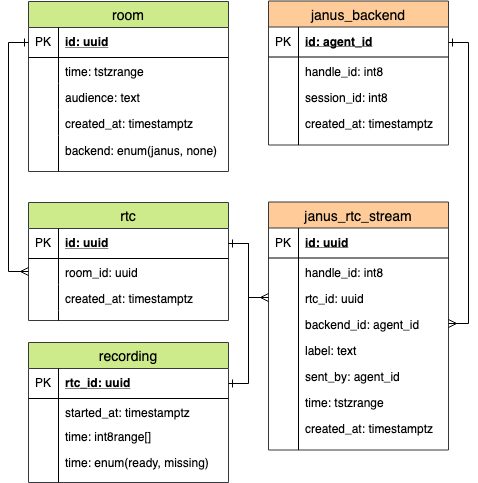
Earlier version of the draw.io export docs/data/conference.schema.png (foxford/conference). Source tidied: cells renumbered, new cells last; positions are measured from the earlier drawing's top-left corner, leaving out a move shared by most shapes.
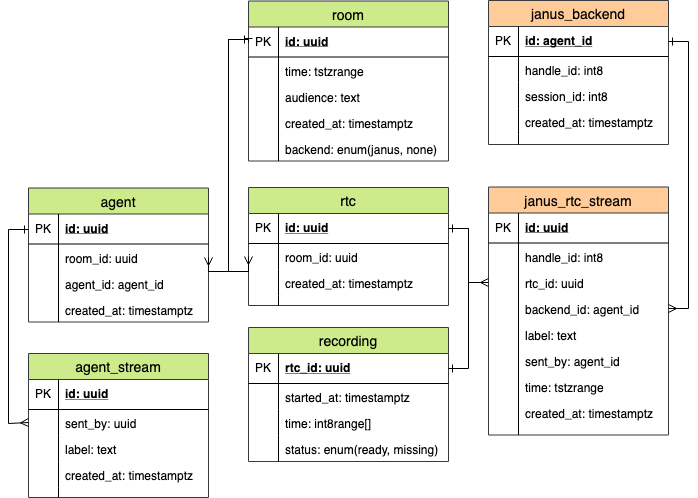
The same diagram one commit later.

Diff of the diagram source:
```diff
@@ -3,7 +3,7 @@
     <mxCell id="0" />
     <mxCell id="1" parent="0" />
     <mxCell id="2" value="room" style="swimlane;fontStyle=0;horizontal=1;startSize=26;fillColor=#cdeb8b;swimlaneFillColor=#ffffff;align=center;fontSize=14;strokeColor=#36393d;" parent="1" vertex="1">
-      <mxGeometry width="200" height="170" as="geometry" />
+      <mxGeometry y="14.5" width="200" height="160" as="geometry" />
     </mxCell>
     <mxCell id="3" value="id: uuid" style="shape=partialRectangle;top=0;left=0;right=0;bottom=1;align=left;verticalAlign=middle;fillColor=none;spacingLeft=34;spacingRight=4;overflow=hidden;points=[[0,0.5],[1,0.5]];portConstraint=eastwest;fontStyle=5;fontSize=12;" parent="2" vertex="1">
       <mxGeometry y="26" width="200" height="30" as="geometry" />
@@ -29,12 +29,12 @@
     <mxCell id="10" style="shape=partialRectangle;top=0;left=0;bottom=0;fillColor=none;align=left;verticalAlign=top;spacingLeft=4;spacingRight=4;overflow=hidden;fontSize=12;" parent="9" vertex="1">
       <mxGeometry width="30" height="26" as="geometry" />
     </mxCell>
-    <mxCell id="11" style="shape=partialRectangle;top=0;left=0;right=0;bottom=0;align=left;verticalAlign=top;fillColor=none;spacingLeft=34;spacingRight=4;overflow=hidden;fontSize=12;" parent="2" vertex="1">
-      <mxGeometry y="134" width="200" height="36" as="geometry" />
-    </mxCell>
-    <mxCell id="12" style="shape=partialRectangle;top=0;left=0;bottom=0;fillColor=none;align=left;verticalAlign=top;spacingLeft=4;spacingRight=4;overflow=hidden;fontSize=12;" parent="11" vertex="1">
-      <mxGeometry width="30" height="36" as="geometry" />
-    </mxCell>
+    <mxCell id="63" value="backend: enum(janus, none)" style="shape=partialRectangle;top=0;left=0;right=0;bottom=0;align=left;verticalAlign=top;fillColor=none;spacingLeft=34;spacingRight=4;overflow=hidden;fontSize=12;" parent="2" vertex="1">
+      <mxGeometry y="134" width="200" height="26" as="geometry" />
+    </mxCell>
+    <mxCell id="69" style="shape=partialRectangle;top=0;left=0;bottom=0;fillColor=none;align=left;verticalAlign=top;spacingLeft=4;spacingRight=4;overflow=hidden;fontSize=12;" parent="63" vertex="1">
+      <mxGeometry width="30" height="26" as="geometry" />
+    </mxCell>
     <mxCell id="13" value="rtc" style="swimlane;fontStyle=0;horizontal=1;startSize=26;fillColor=#cdeb8b;swimlaneFillColor=#ffffff;align=center;fontSize=14;strokeColor=#36393d;" parent="1" vertex="1">
       <mxGeometry y="201" width="200" height="118" as="geometry" />
     </mxCell>
@@ -63,10 +63,16 @@
       <mxGeometry width="30" height="10" as="geometry" />
     </mxCell>
     <mxCell id="22" style="edgeStyle=orthogonalEdgeStyle;rounded=0;html=1;exitX=0;exitY=0.5;entryX=0;entryY=0.5;startArrow=ERone;startFill=0;endArrow=ERmany;endFill=0;jettySize=auto;" parent="1" edge="1" source="3" target="16">
-      <mxGeometry relative="1" as="geometry" />
+      <mxGeometry relative="1" as="geometry">
+        <Array as="points">
+          <mxPoint y="53" />
+          <mxPoint x="-20" y="53" />
+          <mxPoint x="-20" y="285" />
+        </Array>
+      </mxGeometry>
     </mxCell>
     <mxCell id="23" value="janus_backend" style="swimlane;fontStyle=0;horizontal=1;startSize=26;fillColor=#ffcc99;swimlaneFillColor=#ffffff;align=center;fontSize=14;strokeColor=#36393d;" parent="1" vertex="1">
-      <mxGeometry x="240" y="-0.5" width="180" height="144" as="geometry" />
+      <mxGeometry x="240" y="14" width="180" height="144" as="geometry" />
     </mxCell>
     <mxCell id="24" value="id: agent_id" style="shape=partialRectangle;top=0;left=0;right=0;bottom=1;align=left;verticalAlign=middle;fillColor=none;spacingLeft=34;spacingRight=4;overflow=hidden;points=[[0,0.5],[1,0.5]];portConstraint=eastwest;fontStyle=5;fontSize=12;" parent="23" vertex="1">
       <mxGeometry y="26" width="180" height="30" as="geometry" />
@@ -162,7 +168,7 @@
       <mxGeometry relative="1" as="geometry" />
     </mxCell>
     <mxCell id="55" value="recording" style="swimlane;fontStyle=0;horizontal=1;startSize=26;fillColor=#cdeb8b;swimlaneFillColor=#ffffff;align=center;fontSize=14;strokeColor=#36393d;" parent="1" vertex="1">
-      <mxGeometry y="341" width="200" height="140" as="geometry" />
+      <mxGeometry y="341" width="200" height="134" as="geometry" />
     </mxCell>
     <mxCell id="56" value="rtc_id: uuid" style="shape=partialRectangle;top=0;left=0;right=0;bottom=1;align=left;verticalAlign=middle;fillColor=none;spacingLeft=34;spacingRight=4;overflow=hidden;points=[[0,0.5],[1,0.5]];portConstraint=eastwest;fontStyle=5;fontSize=12;" parent="55" vertex="1">
       <mxGeometry y="26" width="200" height="30" as="geometry" />
@@ -176,12 +182,18 @@
     <mxCell id="59" style="shape=partialRectangle;top=0;left=0;bottom=0;fillColor=none;align=left;verticalAlign=top;spacingLeft=4;spacingRight=4;overflow=hidden;fontSize=12;" parent="58" vertex="1">
       <mxGeometry width="30" height="26" as="geometry" />
     </mxCell>
-    <mxCell id="60" style="shape=partialRectangle;top=0;left=0;right=0;bottom=0;align=left;verticalAlign=top;fillColor=none;spacingLeft=34;spacingRight=4;overflow=hidden;fontSize=12;" parent="55" vertex="1">
-      <mxGeometry y="82" width="200" height="58" as="geometry" />
-    </mxCell>
-    <mxCell id="61" style="shape=partialRectangle;top=0;left=0;bottom=0;fillColor=none;align=left;verticalAlign=top;spacingLeft=4;spacingRight=4;overflow=hidden;fontSize=12;" parent="60" vertex="1">
-      <mxGeometry width="30" height="58" as="geometry" />
-    </mxCell>
+    <mxCell id="65" value="time: int8range[]" style="shape=partialRectangle;top=0;left=0;right=0;bottom=0;align=left;verticalAlign=top;fillColor=none;spacingLeft=34;spacingRight=4;overflow=hidden;fontSize=12;" parent="55" vertex="1">
+      <mxGeometry y="82" width="200" height="26" as="geometry" />
+    </mxCell>
+    <mxCell id="70" style="shape=partialRectangle;top=0;left=0;bottom=0;fillColor=none;align=left;verticalAlign=top;spacingLeft=4;spacingRight=4;overflow=hidden;fontSize=12;" parent="65" vertex="1">
+      <mxGeometry width="30" height="26" as="geometry" />
+    </mxCell>
+    <mxCell id="71" value="status: enum(ready, missing)" style="shape=partialRectangle;top=0;left=0;right=0;bottom=0;align=left;verticalAlign=top;fillColor=none;spacingLeft=34;spacingRight=4;overflow=hidden;fontSize=12;" parent="55" vertex="1">
+      <mxGeometry y="108" width="200" height="26" as="geometry" />
+    </mxCell>
+    <mxCell id="72" style="shape=partialRectangle;top=0;left=0;bottom=0;fillColor=none;align=left;verticalAlign=top;spacingLeft=4;spacingRight=4;overflow=hidden;fontSize=12;" parent="71" vertex="1">
+      <mxGeometry width="30" height="26" as="geometry" />
+    </mxCell>
     <mxCell id="62" style="edgeStyle=orthogonalEdgeStyle;rounded=0;jettySize=auto;html=1;exitX=1;exitY=0.5;exitDx=0;exitDy=0;entryX=1;entryY=0.5;entryDx=0;entryDy=0;endArrow=ERone;endFill=0;" parent="1" edge="1" source="14" target="56">
       <mxGeometry relative="1" as="geometry">
         <Array as="points">
@@ -190,23 +202,81 @@
         </Array>
       </mxGeometry>
     </mxCell>
-    <mxCell id="63" value="backend: enum(janus, none)" style="shape=partialRectangle;top=0;left=0;right=0;bottom=0;align=left;verticalAlign=top;fillColor=none;spacingLeft=34;spacingRight=4;overflow=hidden;fontSize=12;" parent="1" vertex="1">
-      <mxGeometry y="135" width="200" height="26" as="geometry" />
-    </mxCell>
-    <mxCell id="64" style="shape=partialRectangle;top=0;left=0;bottom=0;fillColor=none;align=left;verticalAlign=top;spacingLeft=4;spacingRight=4;overflow=hidden;fontSize=12;" parent="63" vertex="1">
-      <mxGeometry width="30" height="26" as="geometry" />
-    </mxCell>
-    <mxCell id="65" value="time: int8range[]" style="shape=partialRectangle;top=0;left=0;right=0;bottom=0;align=left;verticalAlign=top;fillColor=none;spacingLeft=34;spacingRight=4;overflow=hidden;fontSize=12;" parent="1" vertex="1">
-      <mxGeometry y="421" width="200" height="26" as="geometry" />
-    </mxCell>
-    <mxCell id="66" style="shape=partialRectangle;top=0;left=0;bottom=0;fillColor=none;align=left;verticalAlign=top;spacingLeft=4;spacingRight=4;overflow=hidden;fontSize=12;" parent="65" vertex="1">
-      <mxGeometry width="30" height="26" as="geometry" />
-    </mxCell>
-    <mxCell id="67" value="time: enum(ready, missing)" style="shape=partialRectangle;top=0;left=0;right=0;bottom=0;align=left;verticalAlign=top;fillColor=none;spacingLeft=34;spacingRight=4;overflow=hidden;fontSize=12;" parent="1" vertex="1">
-      <mxGeometry y="447" width="200" height="26" as="geometry" />
-    </mxCell>
-    <mxCell id="68" style="shape=partialRectangle;top=0;left=0;bottom=0;fillColor=none;align=left;verticalAlign=top;spacingLeft=4;spacingRight=4;overflow=hidden;fontSize=12;" parent="67" vertex="1">
-      <mxGeometry width="30" height="26" as="geometry" />
-    </mxCell>
+    <mxCell id="73" value="agent" style="swimlane;fontStyle=0;horizontal=1;startSize=26;fillColor=#cdeb8b;swimlaneFillColor=#ffffff;align=center;fontSize=14;strokeColor=#36393d;" parent="1" vertex="1">
+      <mxGeometry x="-220" y="201.5" width="180" height="134" as="geometry" />
+    </mxCell>
+    <mxCell id="74" value="id: uuid" style="shape=partialRectangle;top=0;left=0;right=0;bottom=1;align=left;verticalAlign=middle;fillColor=none;spacingLeft=34;spacingRight=4;overflow=hidden;points=[[0,0.5],[1,0.5]];portConstraint=eastwest;fontStyle=5;fontSize=12;" parent="73" vertex="1">
+      <mxGeometry y="26" width="180" height="30" as="geometry" />
+    </mxCell>
+    <mxCell id="75" value="PK" style="shape=partialRectangle;top=0;left=0;bottom=0;fillColor=none;align=left;verticalAlign=middle;spacingLeft=4;spacingRight=4;overflow=hidden;fontSize=12;" parent="74" vertex="1">
+      <mxGeometry width="30" height="30" as="geometry" />
+    </mxCell>
+    <mxCell id="76" value="room_id: uuid" style="shape=partialRectangle;top=0;left=0;right=0;bottom=0;align=left;verticalAlign=top;fillColor=none;spacingLeft=34;spacingRight=4;overflow=hidden;points=[[0,0.5],[1,0.5]];portConstraint=eastwest;fontSize=12;" parent="73" vertex="1">
+      <mxGeometry y="56" width="180" height="26" as="geometry" />
+    </mxCell>
+    <mxCell id="77" style="shape=partialRectangle;top=0;left=0;bottom=0;fillColor=none;align=left;verticalAlign=top;spacingLeft=4;spacingRight=4;overflow=hidden;fontSize=12;" parent="76" vertex="1">
+      <mxGeometry width="30" height="26" as="geometry" />
+    </mxCell>
+    <mxCell id="78" value="agent_id: agent_id" style="shape=partialRectangle;top=0;left=0;right=0;bottom=0;align=left;verticalAlign=top;fillColor=none;spacingLeft=34;spacingRight=4;overflow=hidden;fontSize=12;" parent="73" vertex="1">
+      <mxGeometry y="82" width="180" height="26" as="geometry" />
+    </mxCell>
+    <mxCell id="79" style="shape=partialRectangle;top=0;left=0;bottom=0;fillColor=none;align=left;verticalAlign=top;spacingLeft=4;spacingRight=4;overflow=hidden;fontSize=12;" parent="78" vertex="1">
+      <mxGeometry width="30" height="26" as="geometry" />
+    </mxCell>
+    <mxCell id="80" value="created_at: timestamptz" style="shape=partialRectangle;top=0;left=0;right=0;bottom=0;align=left;verticalAlign=top;fillColor=none;spacingLeft=34;spacingRight=4;overflow=hidden;fontSize=12;" parent="73" vertex="1">
+      <mxGeometry y="108" width="180" height="26" as="geometry" />
+    </mxCell>
+    <mxCell id="81" style="shape=partialRectangle;top=0;left=0;bottom=0;fillColor=none;align=left;verticalAlign=top;spacingLeft=4;spacingRight=4;overflow=hidden;fontSize=12;" parent="80" vertex="1">
+      <mxGeometry width="30" height="26" as="geometry" />
+    </mxCell>
+    <mxCell id="82" value="agent_stream" style="swimlane;fontStyle=0;horizontal=1;startSize=26;fillColor=#CDEB8B;swimlaneFillColor=#ffffff;align=center;fontSize=14;strokeColor=#36393d;" parent="1" vertex="1">
+      <mxGeometry x="-220" y="367" width="180" height="144" as="geometry" />
+    </mxCell>
+    <mxCell id="83" value="id: uuid" style="shape=partialRectangle;top=0;left=0;right=0;bottom=1;align=left;verticalAlign=middle;fillColor=none;spacingLeft=34;spacingRight=4;overflow=hidden;fontStyle=5;fontSize=12;" parent="82" vertex="1">
+      <mxGeometry y="26" width="180" height="30" as="geometry" />
+    </mxCell>
+    <mxCell id="84" value="PK" style="shape=partialRectangle;top=0;left=0;bottom=0;fillColor=none;align=left;verticalAlign=middle;spacingLeft=4;spacingRight=4;overflow=hidden;fontSize=12;" parent="83" vertex="1">
+      <mxGeometry width="30" height="30" as="geometry" />
+    </mxCell>
+    <mxCell id="85" value="sent_by: uuid" style="shape=partialRectangle;top=0;left=0;right=0;bottom=0;align=left;verticalAlign=top;fillColor=none;spacingLeft=34;spacingRight=4;overflow=hidden;points=[[0,0.5],[1,0.5]];portConstraint=eastwest;fontSize=12;" parent="82" vertex="1">
+      <mxGeometry y="56" width="180" height="26" as="geometry" />
+    </mxCell>
+    <mxCell id="86" style="shape=partialRectangle;top=0;left=0;bottom=0;fillColor=none;align=left;verticalAlign=top;spacingLeft=4;spacingRight=4;overflow=hidden;fontSize=12;" parent="85" vertex="1">
+      <mxGeometry width="30" height="26" as="geometry" />
+    </mxCell>
+    <mxCell id="87" value="label: text" style="shape=partialRectangle;top=0;left=0;right=0;bottom=0;align=left;verticalAlign=top;fillColor=none;spacingLeft=34;spacingRight=4;overflow=hidden;fontSize=12;" parent="82" vertex="1">
+      <mxGeometry y="82" width="180" height="26" as="geometry" />
+    </mxCell>
+    <mxCell id="88" style="shape=partialRectangle;top=0;left=0;bottom=0;fillColor=none;align=left;verticalAlign=top;spacingLeft=4;spacingRight=4;overflow=hidden;fontSize=12;" parent="87" vertex="1">
+      <mxGeometry width="30" height="26" as="geometry" />
+    </mxCell>
+    <mxCell id="89" value="created_at: timestamptz" style="shape=partialRectangle;top=0;left=0;right=0;bottom=0;align=left;verticalAlign=top;fillColor=none;spacingLeft=34;spacingRight=4;overflow=hidden;fontSize=12;" parent="82" vertex="1">
+      <mxGeometry y="108" width="180" height="26" as="geometry" />
+    </mxCell>
+    <mxCell id="90" style="shape=partialRectangle;top=0;left=0;bottom=0;fillColor=none;align=left;verticalAlign=top;spacingLeft=4;spacingRight=4;overflow=hidden;fontSize=12;" parent="89" vertex="1">
+      <mxGeometry width="30" height="26" as="geometry" />
+    </mxCell>
+    <mxCell id="91" style="shape=partialRectangle;top=0;left=0;right=0;bottom=0;align=left;verticalAlign=top;fillColor=none;spacingLeft=34;spacingRight=4;overflow=hidden;fontSize=12;" parent="82" vertex="1">
+      <mxGeometry y="134" width="180" height="10" as="geometry" />
+    </mxCell>
+    <mxCell id="92" style="shape=partialRectangle;top=0;left=0;bottom=0;fillColor=none;align=left;verticalAlign=top;spacingLeft=4;spacingRight=4;overflow=hidden;fontSize=12;" parent="91" vertex="1">
+      <mxGeometry width="30" height="10" as="geometry" />
+    </mxCell>
+    <mxCell id="93" style="edgeStyle=orthogonalEdgeStyle;rounded=0;html=1;entryX=0;entryY=0.5;startArrow=ERone;startFill=0;endArrow=ERmany;endFill=0;jettySize=auto;entryDx=0;entryDy=0;exitX=0;exitY=0.5;exitDx=0;exitDy=0;" parent="1" edge="1" source="74" target="85">
+      <mxGeometry relative="1" as="geometry">
+        <Array as="points">
+          <mxPoint x="-240" y="242.5" />
+          <mxPoint x="-240" y="436.5" />
+        </Array>
+      </mxGeometry>
+    </mxCell>
+    <mxCell id="94" style="edgeStyle=orthogonalEdgeStyle;rounded=0;html=1;entryX=1;entryY=0.5;startArrow=ERone;startFill=0;endArrow=ERmany;endFill=0;jettySize=auto;entryDx=0;entryDy=0;" parent="1" edge="1" source="3" target="76">
+      <mxGeometry relative="1" as="geometry">
+        <Array as="points">
+          <mxPoint x="-20" y="53" />
+          <mxPoint x="-20" y="285" />
+        </Array>
+      </mxGeometry>
+    </mxCell>
   </root>
 </mxGraphModel>
```
